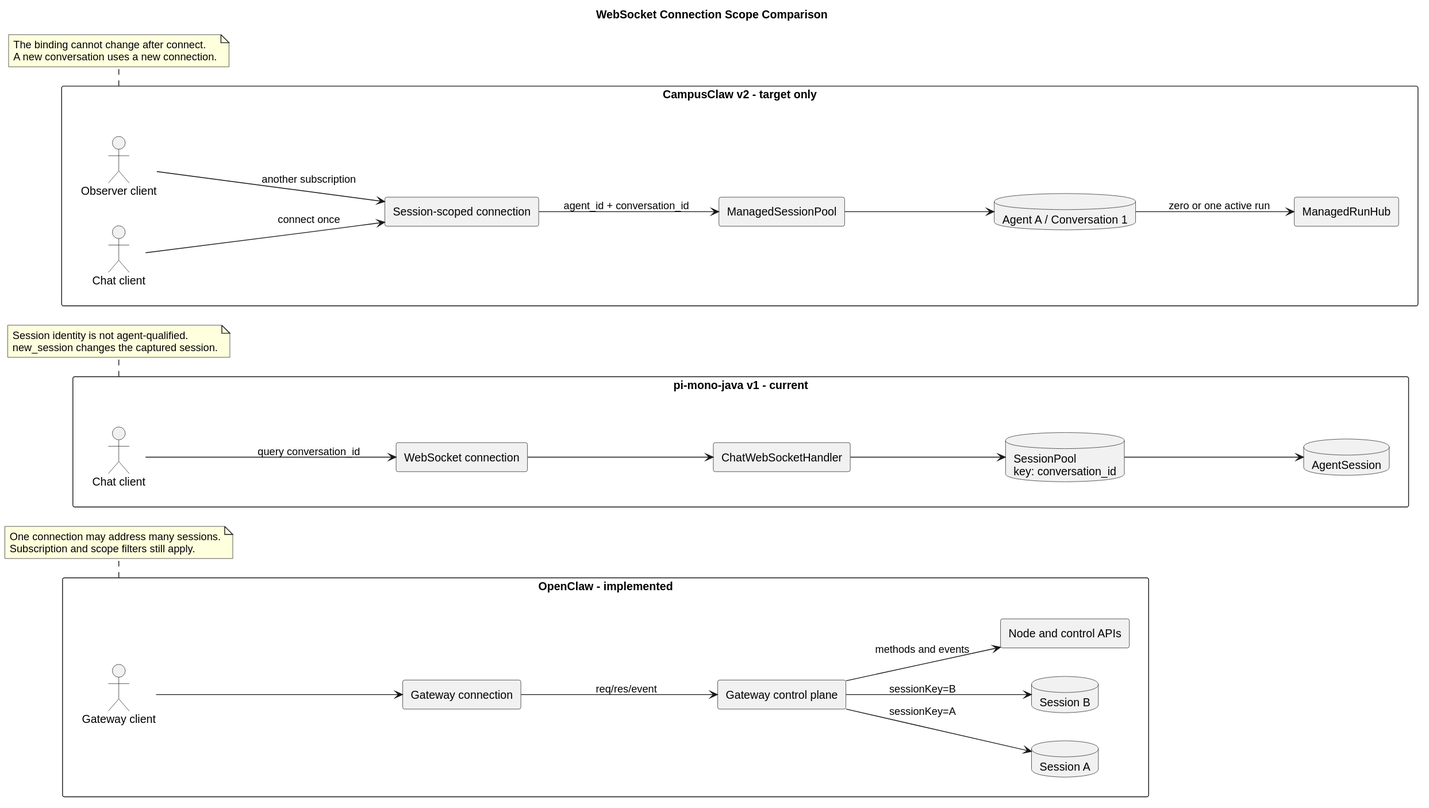
This is openclaw-campusclaw-websocket-comparison/websocket_connection_scope_comparison.svg from superheromeZzh/pi-mono-java-design, a PlantUML export, as it was before one commit. The source it was exported from:
```plantuml
@startuml
title WebSocket Connection Scope Comparison


skinparam backgroundColor #FFFFFF
skinparam shadowing false
skinparam componentStyle rectangle
skinparam packageStyle rectangle
skinparam defaultFontName Arial
left to right direction

package "OpenClaw - implemented" as openclaw {
  actor "Gateway client" as oc_client
  component "Gateway connection" as oc_conn
  component "Gateway control plane" as oc_gateway
  database "Session A" as oc_session_a
  database "Session B" as oc_session_b
  component "Node and control APIs" as oc_control

  oc_client --> oc_conn
  oc_conn --> oc_gateway : req/res/event
  oc_gateway --> oc_session_a : sessionKey=A
  oc_gateway --> oc_session_b : sessionKey=B
  oc_gateway --> oc_control : methods and events
}

package "pi-mono-java v1 - current" as java_v1 {
  actor "Chat client" as java_client
  component "WebSocket connection" as java_conn
  component "ChatWebSocketHandler" as java_handler
  database "AgentSession" as java_session
  database "SessionPool\nkey: conversation_id" as java_pool

  java_client --> java_conn : query conversation_id
  java_conn --> java_handler
  java_handler --> java_pool
  java_pool --> java_session
}

package "CampusClaw v2 - target only" as campus_v2 {
  actor "Chat client" as cc_client
  component "Session-scoped connection" as cc_conn
  component "ManagedSessionPool" as cc_pool
  component "ManagedRunHub" as cc_hub
  database "Agent A / Conversation 1" as cc_session
  actor "Observer client" as cc_observer

  cc_client --> cc_conn : connect once
  cc_observer --> cc_conn : another subscription
  cc_conn --> cc_pool : agent_id + conversation_id
  cc_pool --> cc_session
  cc_session --> cc_hub : zero or one active run
}

note bottom of openclaw
  One connection may address many sessions.
  Subscription and scope filters still apply.
end note

note bottom of java_v1
  Session identity is not agent-qualified.
  new_session changes the captured session.
end note

note bottom of campus_v2
  The binding cannot change after connect.
  A new conversation uses a new connection.
end note
@enduml
```
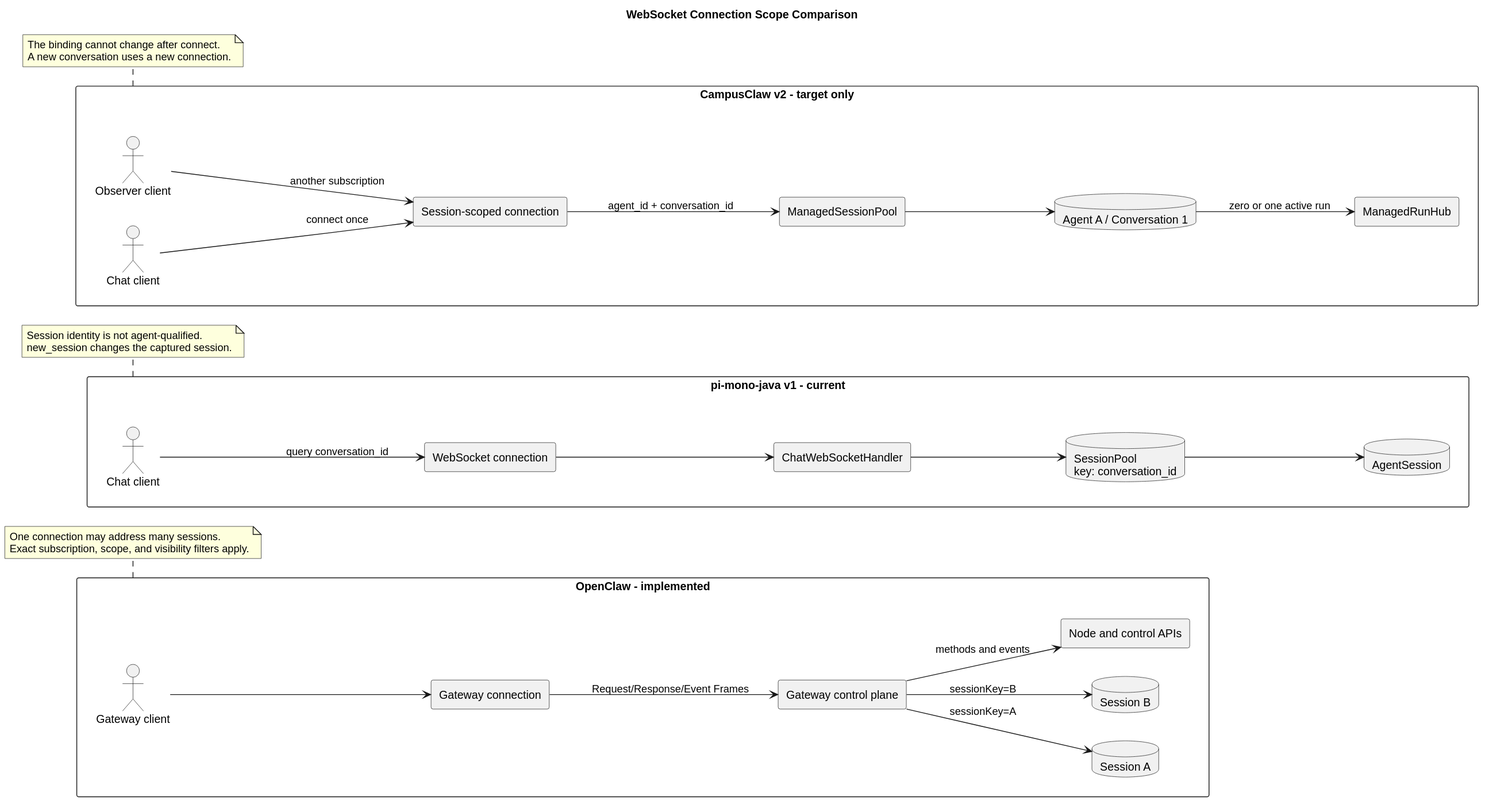
Above is the later version.

The edit, as a diff of the source:
```diff
@@ -18,7 +18,7 @@
   component "Node and control APIs" as oc_control
 
   oc_client --> oc_conn
-  oc_conn --> oc_gateway : req/res/event
+  oc_conn --> oc_gateway : Request/Response/Event Frames
   oc_gateway --> oc_session_a : sessionKey=A
   oc_gateway --> oc_session_b : sessionKey=B
   oc_gateway --> oc_control : methods and events
@@ -54,7 +54,7 @@
 
 note bottom of openclaw
   One connection may address many sessions.
-  Subscription and scope filters still apply.
+  Exact subscription, scope, and visibility filters apply.
 end note
 
 note bottom of java_v1
```
